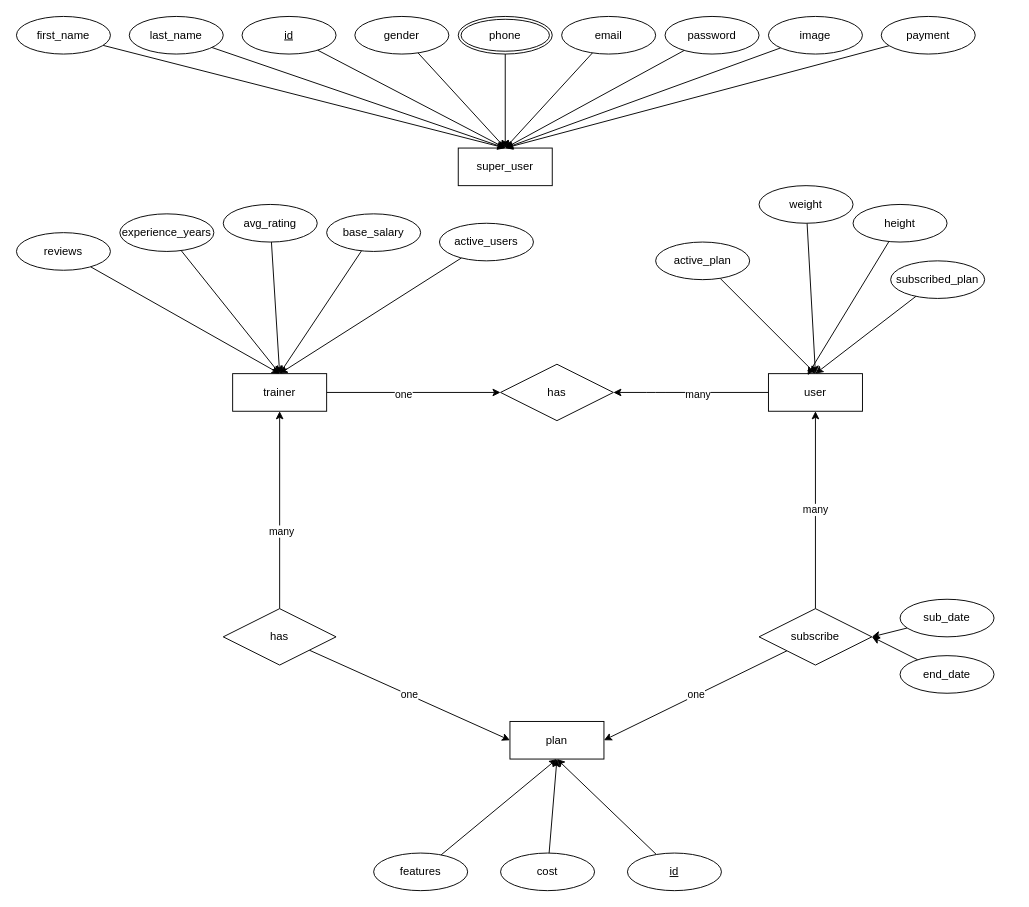
This is schema.drawio from Jhinior/FitRealm, a draw.io file, before an edit. Source tidied: cells renumbered, new cells numbered last; positions are measured from the earlier drawing's top-left corner, leaving out a move shared by most shapes. Both pictures are drawn from the tidied source at 94%, with x=0, y=0 at pixel (16, 16).
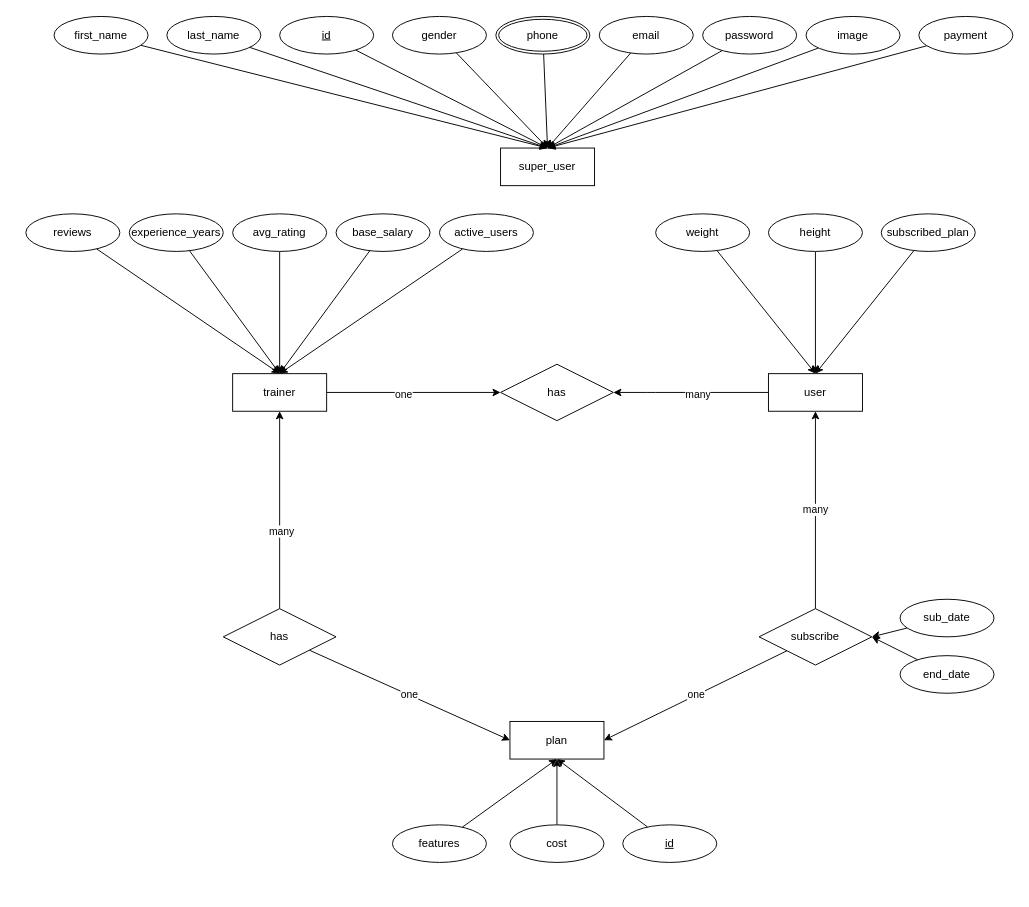
After the change.

Unchanged cells that the change refers to:
```xml
<mxCell id="29" value="user" style="whiteSpace=wrap;html=1;align=center;" parent="1" vertex="1">
  <mxGeometry x="800" y="380" width="100" height="40" as="geometry" />
</mxCell>
```

Change to the diagram source:
```diff
@@
     <mxCell id="5" value="super_user" style="whiteSpace=wrap;html=1;align=center;" parent="1" vertex="1">
-      <mxGeometry x="470" y="140" width="100" height="40" as="geometry" />
+      <mxGeometry x="515" y="140" width="100" height="40" as="geometry" />
     </mxCell>
@@
     <mxCell id="8" value="first_name" style="ellipse;whiteSpace=wrap;html=1;align=center;" parent="1" vertex="1">
-      <mxGeometry width="100" height="40" as="geometry" />
+      <mxGeometry x="40" width="100" height="40" as="geometry" />
     </mxCell>
@@
     <mxCell id="10" value="last_name" style="ellipse;whiteSpace=wrap;html=1;align=center;" parent="1" vertex="1">
-      <mxGeometry x="120" width="100" height="40" as="geometry" />
+      <mxGeometry x="160" width="100" height="40" as="geometry" />
     </mxCell>
@@
     <mxCell id="12" value="gender" style="ellipse;whiteSpace=wrap;html=1;align=center;" parent="1" vertex="1">
-      <mxGeometry x="360" width="100" height="40" as="geometry" />
+      <mxGeometry x="400" width="100" height="40" as="geometry" />
     </mxCell>
@@
     <mxCell id="14" value="experience_years" style="ellipse;whiteSpace=wrap;html=1;align=center;" parent="1" vertex="1">
-      <mxGeometry x="110" y="210" width="100" height="40" as="geometry" />
+      <mxGeometry x="120" y="210" width="100" height="40" as="geometry" />
     </mxCell>
@@
     <mxCell id="16" value="phone" style="ellipse;shape=doubleEllipse;margin=3;whiteSpace=wrap;html=1;align=center;" parent="1" vertex="1">
-      <mxGeometry x="470" width="100" height="40" as="geometry" />
+      <mxGeometry x="510" width="100" height="40" as="geometry" />
     </mxCell>
@@
     <mxCell id="18" value="email" style="ellipse;whiteSpace=wrap;html=1;align=center;" parent="1" vertex="1">
-      <mxGeometry x="580" width="100" height="40" as="geometry" />
+      <mxGeometry x="620" width="100" height="40" as="geometry" />
     </mxCell>
@@
     <mxCell id="20" value="password" style="ellipse;whiteSpace=wrap;html=1;align=center;" parent="1" vertex="1">
-      <mxGeometry x="690" width="100" height="40" as="geometry" />
+      <mxGeometry x="730" width="100" height="40" as="geometry" />
     </mxCell>
@@
     <mxCell id="22" value="image" style="ellipse;whiteSpace=wrap;html=1;align=center;" parent="1" vertex="1">
-      <mxGeometry x="800" width="100" height="40" as="geometry" />
+      <mxGeometry x="840" width="100" height="40" as="geometry" />
     </mxCell>
@@
     <mxCell id="24" value="payment" style="ellipse;whiteSpace=wrap;html=1;align=center;" parent="1" vertex="1">
-      <mxGeometry x="920" width="100" height="40" as="geometry" />
+      <mxGeometry x="960" width="100" height="40" as="geometry" />
     </mxCell>
@@
     <mxCell id="26" value="id" style="ellipse;whiteSpace=wrap;html=1;align=center;fontStyle=4;" parent="1" vertex="1">
-      <mxGeometry x="240" width="100" height="40" as="geometry" />
+      <mxGeometry x="280" width="100" height="40" as="geometry" />
     </mxCell>
@@
     <mxCell id="31" value="subscribed_plan" style="ellipse;whiteSpace=wrap;html=1;align=center;" parent="1" vertex="1">
-      <mxGeometry x="930" y="260" width="100" height="40" as="geometry" />
+      <mxGeometry x="920" y="210" width="100" height="40" as="geometry" />
     </mxCell>
-    <mxCell id="32" style="edgeStyle=none;html=1;entryX=0.416;entryY=0.04;entryDx=0;entryDy=0;entryPerimeter=0;" parent="1" edge="1" source="33" target="29">
+    <mxCell id="32" style="edgeStyle=none;html=1;entryX=0.5;entryY=0;entryDx=0;entryDy=0;" parent="1" edge="1" source="33" target="29">
       <mxGeometry relative="1" as="geometry" />
     </mxCell>
     <mxCell id="33" value="height" style="ellipse;whiteSpace=wrap;html=1;align=center;" parent="1" vertex="1">
-      <mxGeometry x="890" y="200" width="100" height="40" as="geometry" />
+      <mxGeometry x="800" y="210" width="100" height="40" as="geometry" />
     </mxCell>
@@
     <mxCell id="35" value="weight" style="ellipse;whiteSpace=wrap;html=1;align=center;" parent="1" vertex="1">
-      <mxGeometry x="790" y="180" width="100" height="40" as="geometry" />
+      <mxGeometry x="680" y="210" width="100" height="40" as="geometry" />
     </mxCell>
@@
     <mxCell id="37" value="avg_rating" style="ellipse;whiteSpace=wrap;html=1;align=center;" parent="1" vertex="1">
-      <mxGeometry x="220" y="200" width="100" height="40" as="geometry" />
+      <mxGeometry x="230" y="210" width="100" height="40" as="geometry" />
     </mxCell>
@@
     <mxCell id="39" value="base_salary" style="ellipse;whiteSpace=wrap;html=1;align=center;" parent="1" vertex="1">
-      <mxGeometry x="330" y="210" width="100" height="40" as="geometry" />
+      <mxGeometry x="340" y="210" width="100" height="40" as="geometry" />
     </mxCell>
@@
     <mxCell id="41" value="active_users" style="ellipse;whiteSpace=wrap;html=1;align=center;" parent="1" vertex="1">
-      <mxGeometry x="450" y="220" width="100" height="40" as="geometry" />
+      <mxGeometry x="450" y="210" width="100" height="40" as="geometry" />
     </mxCell>
-    <mxCell id="42" style="edgeStyle=none;html=1;entryX=0.5;entryY=0;entryDx=0;entryDy=0;" parent="1" edge="1" source="43" target="29">
-      <mxGeometry relative="1" as="geometry" />
-    </mxCell>
-    <mxCell id="43" value="active_plan" style="ellipse;whiteSpace=wrap;html=1;align=center;" parent="1" vertex="1">
-      <mxGeometry x="680" y="240" width="100" height="40" as="geometry" />
-    </mxCell>
@@
     <mxCell id="45" value="features" style="ellipse;whiteSpace=wrap;html=1;align=center;" parent="1" vertex="1">
-      <mxGeometry x="380" y="890" width="100" height="40" as="geometry" />
+      <mxGeometry x="400" y="860" width="100" height="40" as="geometry" />
     </mxCell>
@@
     <mxCell id="47" value="cost" style="ellipse;whiteSpace=wrap;html=1;align=center;" parent="1" vertex="1">
-      <mxGeometry x="515" y="890" width="100" height="40" as="geometry" />
+      <mxGeometry x="525" y="860" width="100" height="40" as="geometry" />
     </mxCell>
@@
     <mxCell id="49" value="id" style="ellipse;whiteSpace=wrap;html=1;align=center;fontStyle=4;" parent="1" vertex="1">
-      <mxGeometry x="650" y="890" width="100" height="40" as="geometry" />
+      <mxGeometry x="645" y="860" width="100" height="40" as="geometry" />
     </mxCell>
@@
     <mxCell id="51" value="reviews" style="ellipse;whiteSpace=wrap;html=1;align=center;" parent="1" vertex="1">
-      <mxGeometry y="230" width="100" height="40" as="geometry" />
+      <mxGeometry x="10" y="210" width="100" height="40" as="geometry" />
     </mxCell>
```
